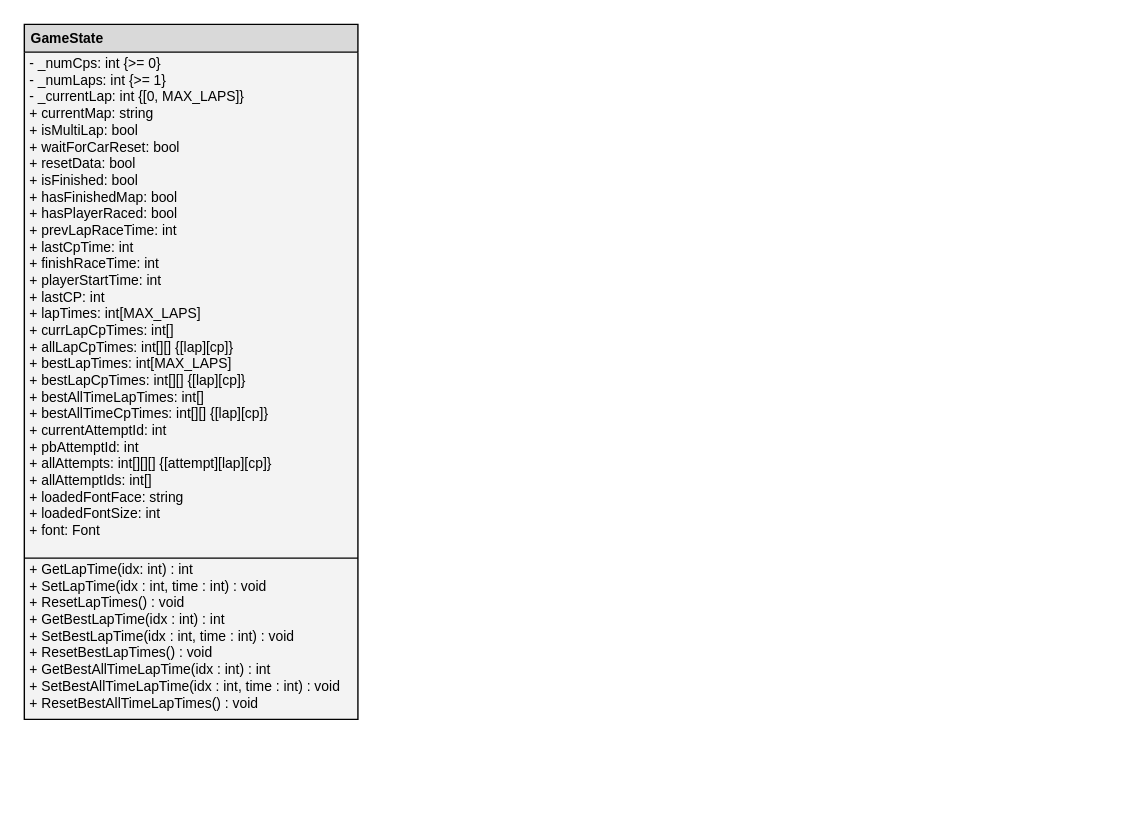
Earlier version of the draw.io diagram page "GameState" (1 of 4) of diagrams/drawio/class_diagrams.drawio (nolanvargas/Weekly-Grand-Splits). Source tidied: cells renumbered, new cells numbered last; positions are measured from the earlier drawing's top-left corner, leaving out a move shared by most shapes. Both pictures are drawn from the tidied source at 139%, with x=0, y=0 at pixel (24, 24).
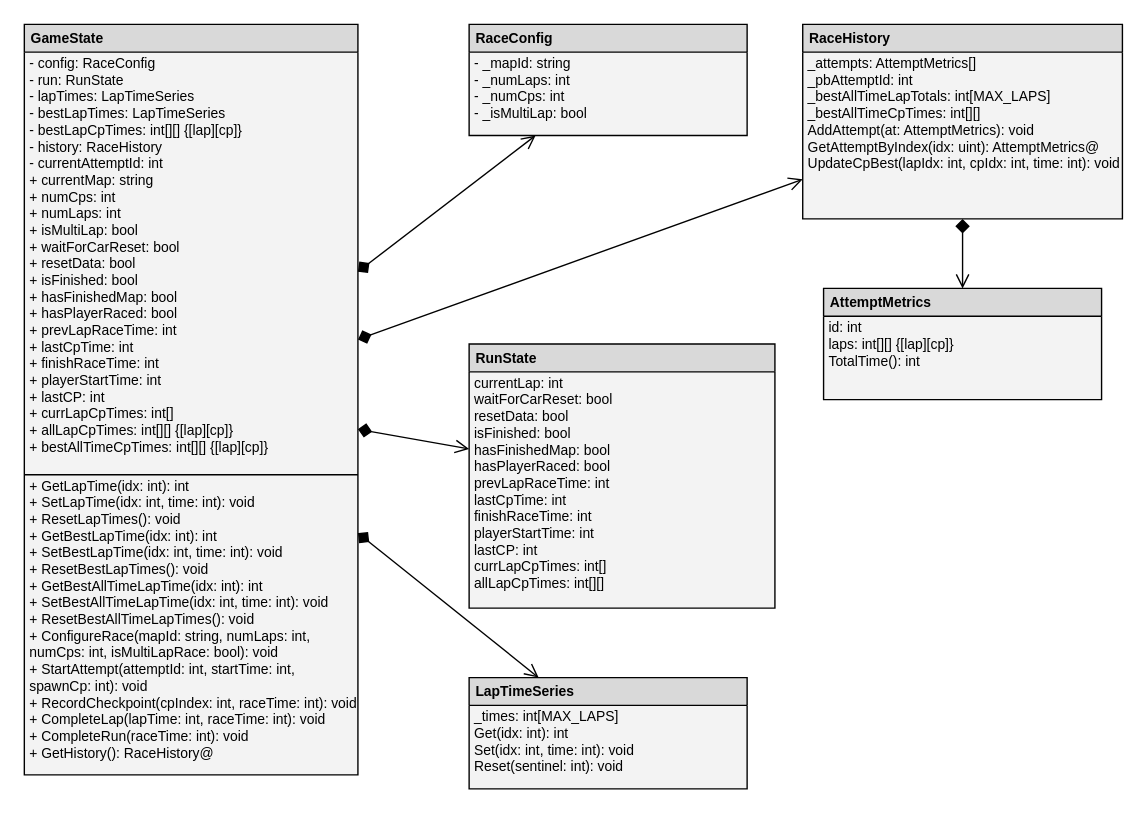
Above is the later version.

Diff of the diagram source:
```diff
@@
     <mxCell id="2" value="GameState" style="swimlane;backgroundColor=#d9d9d9;fontStyle=1;align=left;verticalAlign=top;horizontal=1;startSize=20;fillStyle=solid;strokeWidth=1;fontFamily=Helvetica;fontSize=10;fillColor=#D9D9D9;labelBackgroundColor=none;swimlaneFillColor=#f3f3f3;spacingBottom=5;spacingTop=-2;spacingLeft=3;points=[[0,0,0,0,0],[0,0.25,0,0,0],[0,0.5,0,0,0],[0,0.75,0,0,0],[0,1,0,0,0],[0.25,0,0,0,0],[0.25,1,0,0,0],[0.5,0,0,0,0],[0.5,1,0,0,0],[0.75,0,0,0,0],[0.75,1,0,0,0],[1,0,0,0,0],[1,0.25,0,0,0],[1,0.5,0,0,0],[1,0.75,0,0,0],[1,1,0,0,0]];" parent="1" vertex="1">
-      <mxGeometry width="240" height="500" as="geometry" />
+      <mxGeometry width="240" height="540" as="geometry" />
     </mxCell>
-    <mxCell id="3" value="- _numCps: int {&amp;gt;= 0}&lt;div&gt;- _numLaps: int&amp;nbsp;&lt;span style=&quot;background-color: transparent; color: light-dark(rgb(0, 0, 0), rgb(255, 255, 255));&quot;&gt;{&amp;gt;= 1}&lt;/span&gt;&lt;/div&gt;&lt;div&gt;- _currentLap: int&amp;nbsp;&lt;span style=&quot;background-color: transparent; color: light-dark(rgb(0, 0, 0), rgb(255, 255, 255));&quot;&gt;{[0, MAX_LAPS]}&lt;/span&gt;&lt;/div&gt;&lt;div&gt;+ currentMap: string&lt;/div&gt;&lt;div&gt;+ isMultiLap: bool&lt;/div&gt;&lt;div&gt;+ waitForCarReset:&amp;nbsp;&lt;span style=&quot;background-color: transparent; color: light-dark(rgb(0, 0, 0), rgb(255, 255, 255));&quot;&gt;bool&lt;/span&gt;&lt;/div&gt;&lt;div&gt;+ resetData:&amp;nbsp;&lt;span style=&quot;background-color: transparent; color: light-dark(rgb(0, 0, 0), rgb(255, 255, 255));&quot;&gt;bool&lt;/span&gt;&lt;/div&gt;&lt;div&gt;+ isFinished:&amp;nbsp;&lt;span style=&quot;background-color: transparent; color: light-dark(rgb(0, 0, 0), rgb(255, 255, 255));&quot;&gt;bool&lt;/span&gt;&lt;/div&gt;&lt;div&gt;+ hasFinishedMap:&amp;nbsp;&lt;span style=&quot;background-color: transparent; color: light-dark(rgb(0, 0, 0), rgb(255, 255, 255));&quot;&gt;bool&lt;/span&gt;&lt;/div&gt;&lt;div&gt;+ hasPlayerRaced:&amp;nbsp;&lt;span style=&quot;background-color: transparent; color: light-dark(rgb(0, 0, 0), rgb(255, 255, 255));&quot;&gt;bool&lt;/span&gt;&lt;/div&gt;&lt;div&gt;&lt;span style=&quot;background-color: transparent; color: light-dark(rgb(0, 0, 0), rgb(255, 255, 255));&quot;&gt;+ prevLapRaceTime: int&lt;/span&gt;&lt;/div&gt;&lt;div&gt;&lt;span style=&quot;background-color: transparent; color: light-dark(rgb(0, 0, 0), rgb(255, 255, 255));&quot;&gt;+ lastCpTime: int&lt;/span&gt;&lt;/div&gt;&lt;div&gt;&lt;span style=&quot;background-color: transparent; color: light-dark(rgb(0, 0, 0), rgb(255, 255, 255));&quot;&gt;+ finishRaceTime: int&lt;/span&gt;&lt;/div&gt;&lt;div&gt;+ playerStartTime: int&lt;/div&gt;&lt;div&gt;+ lastCP: int&lt;/div&gt;&lt;div&gt;+ lapTimes: int[MAX_LAPS]&lt;/div&gt;&lt;div&gt;+ currLapCpTimes: int[]&lt;/div&gt;&lt;div&gt;+ allLapCpTimes: int[][] {[lap][cp]}&lt;/div&gt;&lt;div&gt;+ bestLapTimes: int[MAX_LAPS]&lt;/div&gt;&lt;div&gt;+ bestLapCpTimes: int[][] {[lap][cp]}&lt;/div&gt;&lt;div&gt;+&amp;nbsp;bestAllTimeLapTimes: int[]&lt;/div&gt;&lt;div&gt;+ bestAllTimeCpTimes: int[][] {[lap][cp]}&lt;/div&gt;&lt;div&gt;+ currentAttemptId: int&lt;/div&gt;&lt;div&gt;+ pbAttemptId: int&lt;/div&gt;&lt;div&gt;+ allAttempts: int[][][]&amp;nbsp;{[attempt][lap][cp]}&lt;/div&gt;&lt;div&gt;+ allAttemptIds: int[]&lt;/div&gt;&lt;div&gt;+ loadedFontFace: string&lt;/div&gt;&lt;div&gt;+ loadedFontSize: int&lt;/div&gt;&lt;div&gt;+ font: Font&lt;/div&gt;" style="text;html=1;strokeColor=none;fillColor=none;align=left;verticalAlign=top;whiteSpace=wrap;rounded=0;labelBackgroundColor=none;fillStyle=solid;strokeWidth=1;fontFamily=Helvetica;fontSize=10;spacingLeft=2;spacingTop=-4;" parent="2" vertex="1">
-      <mxGeometry y="20" width="240" height="360" as="geometry" />
+    <mxCell id="3" value="- config: RaceConfig&lt;div&gt;- run: RunState&lt;/div&gt;&lt;div&gt;- lapTimes: LapTimeSeries&lt;/div&gt;&lt;div&gt;- bestLapTimes: LapTimeSeries&lt;/div&gt;&lt;div&gt;- bestLapCpTimes: int[][] {[lap][cp]}&lt;/div&gt;&lt;div&gt;- history: RaceHistory&lt;/div&gt;&lt;div&gt;- currentAttemptId: int&lt;/div&gt;&lt;div&gt;+ currentMap: string&lt;/div&gt;&lt;div&gt;+ numCps: int&lt;/div&gt;&lt;div&gt;+ numLaps: int&lt;/div&gt;&lt;div&gt;+ isMultiLap: bool&lt;/div&gt;&lt;div&gt;+ waitForCarReset: bool&lt;/div&gt;&lt;div&gt;+ resetData: bool&lt;/div&gt;&lt;div&gt;+ isFinished: bool&lt;/div&gt;&lt;div&gt;+ hasFinishedMap: bool&lt;/div&gt;&lt;div&gt;+ hasPlayerRaced: bool&lt;/div&gt;&lt;div&gt;+ prevLapRaceTime: int&lt;/div&gt;&lt;div&gt;+ lastCpTime: int&lt;/div&gt;&lt;div&gt;+ finishRaceTime: int&lt;/div&gt;&lt;div&gt;+ playerStartTime: int&lt;/div&gt;&lt;div&gt;+ lastCP: int&lt;/div&gt;&lt;div&gt;+ currLapCpTimes: int[]&lt;/div&gt;&lt;div&gt;+ allLapCpTimes: int[][] {[lap][cp]}&lt;/div&gt;&lt;div&gt;+ bestAllTimeCpTimes: int[][] {[lap][cp]}&lt;/div&gt;" style="text;html=1;strokeColor=none;fillColor=none;align=left;verticalAlign=top;whiteSpace=wrap;rounded=0;labelBackgroundColor=none;fillStyle=solid;strokeWidth=1;fontFamily=Helvetica;fontSize=10;spacingLeft=2;spacingTop=-4;" parent="2" vertex="1">
+      <mxGeometry y="20" width="240" height="300" as="geometry" />
     </mxCell>
     <mxCell id="4" style="line;strokeWidth=1;fillColor=#f3f3f3;align=left;verticalAlign=middle;spacingTop=-1;spacingLeft=3;spacingRight=3;labelPosition=right;strokeColor=inherit;fillStyle=solid;fontFamily=Helvetica;fontSize=10;" parent="2" vertex="1">
-      <mxGeometry y="380" width="240" height="8" as="geometry" />
+      <mxGeometry y="320" width="240" height="8" as="geometry" />
     </mxCell>
-    <mxCell id="5" value="+ GetLapTime(idx: int) : int&lt;div&gt;+ SetLapTime(idx : int, time : int) : void&lt;/div&gt;&lt;div&gt;+ ResetLapTimes() : void&lt;/div&gt;&lt;div&gt;+ GetBestLapTime(idx : int) : int&lt;/div&gt;&lt;div&gt;+ SetBestLapTime(idx : int, time : int) : void&lt;/div&gt;&lt;div&gt;+ ResetBestLapTimes() : void&lt;/div&gt;&lt;div&gt;+ GetBestAllTimeLapTime(idx : int) : int&lt;/div&gt;&lt;div&gt;+ SetBestAllTimeLapTime(idx : int, time : int) : void&lt;/div&gt;&lt;div&gt;+ ResetBestAllTimeLapTimes() : void&lt;/div&gt;" style="text;html=1;strokeColor=none;fillColor=none;align=left;verticalAlign=top;whiteSpace=wrap;rounded=0;labelBackgroundColor=none;fillStyle=solid;strokeWidth=1;fontFamily=Helvetica;fontSize=10;spacingTop=-8;spacingLeft=2;" parent="2" vertex="1">
-      <mxGeometry y="388" width="240" height="112" as="geometry" />
+    <mxCell id="5" value="+ GetLapTime(idx: int): int&lt;div&gt;+ SetLapTime(idx: int, time: int): void&lt;/div&gt;&lt;div&gt;+ ResetLapTimes(): void&lt;/div&gt;&lt;div&gt;+ GetBestLapTime(idx: int): int&lt;/div&gt;&lt;div&gt;+ SetBestLapTime(idx: int, time: int): void&lt;/div&gt;&lt;div&gt;+ ResetBestLapTimes(): void&lt;/div&gt;&lt;div&gt;+ GetBestAllTimeLapTime(idx: int): int&lt;/div&gt;&lt;div&gt;+ SetBestAllTimeLapTime(idx: int, time: int): void&lt;/div&gt;&lt;div&gt;+ ResetBestAllTimeLapTimes(): void&lt;/div&gt;&lt;div&gt;+ ConfigureRace(mapId: string, numLaps: int, numCps: int, isMultiLapRace: bool): void&lt;/div&gt;&lt;div&gt;+ StartAttempt(attemptId: int, startTime: int, spawnCp: int): void&lt;/div&gt;&lt;div&gt;+ RecordCheckpoint(cpIndex: int, raceTime: int): void&lt;/div&gt;&lt;div&gt;+ CompleteLap(lapTime: int, raceTime: int): void&lt;/div&gt;&lt;div&gt;+ CompleteRun(raceTime: int): void&lt;/div&gt;&lt;div&gt;+ GetHistory(): RaceHistory@&lt;/div&gt;" style="text;html=1;strokeColor=none;fillColor=none;align=left;verticalAlign=top;whiteSpace=wrap;rounded=0;labelBackgroundColor=none;fillStyle=solid;strokeWidth=1;fontFamily=Helvetica;fontSize=10;spacingTop=-8;spacingLeft=2;" parent="2" vertex="1">
+      <mxGeometry y="328" width="240" height="212" as="geometry" />
     </mxCell>
+    <mxCell id="6" value="RaceConfig" style="swimlane;backgroundColor=#d9d9d9;fontStyle=1;align=left;verticalAlign=top;horizontal=1;startSize=20;fillStyle=solid;strokeWidth=1;fontFamily=Helvetica;fontSize=10;fillColor=#D9D9D9;labelBackgroundColor=none;swimlaneFillColor=#f3f3f3;spacingBottom=5;spacingTop=-2;spacingLeft=3;" parent="1" vertex="1">
+      <mxGeometry x="320" width="200" height="80" as="geometry" />
+    </mxCell>
+    <mxCell id="7" value="- _mapId: string&lt;div&gt;- _numLaps: int&lt;/div&gt;&lt;div&gt;- _numCps: int&lt;/div&gt;&lt;div&gt;- _isMultiLap: bool&lt;/div&gt;" style="text;html=1;strokeColor=none;fillColor=none;align=left;verticalAlign=top;whiteSpace=wrap;rounded=0;labelBackgroundColor=none;fillStyle=solid;strokeWidth=1;fontFamily=Helvetica;fontSize=10;spacingLeft=2;spacingTop=-4;" parent="6" vertex="1">
+      <mxGeometry y="20" width="200" height="60" as="geometry" />
+    </mxCell>
+    <mxCell id="8" value="RunState" style="swimlane;backgroundColor=#d9d9d9;fontStyle=1;align=left;verticalAlign=top;horizontal=1;startSize=20;fillStyle=solid;strokeWidth=1;fontFamily=Helvetica;fontSize=10;fillColor=#D9D9D9;labelBackgroundColor=none;swimlaneFillColor=#f3f3f3;spacingBottom=5;spacingTop=-2;spacingLeft=3;" parent="1" vertex="1">
+      <mxGeometry x="320" y="230" width="220" height="190" as="geometry" />
+    </mxCell>
+    <mxCell id="9" value="currentLap: int&lt;div&gt;waitForCarReset: bool&lt;/div&gt;&lt;div&gt;resetData: bool&lt;/div&gt;&lt;div&gt;isFinished: bool&lt;/div&gt;&lt;div&gt;hasFinishedMap: bool&lt;/div&gt;&lt;div&gt;hasPlayerRaced: bool&lt;/div&gt;&lt;div&gt;prevLapRaceTime: int&lt;/div&gt;&lt;div&gt;lastCpTime: int&lt;/div&gt;&lt;div&gt;finishRaceTime: int&lt;/div&gt;&lt;div&gt;playerStartTime: int&lt;/div&gt;&lt;div&gt;lastCP: int&lt;/div&gt;&lt;div&gt;currLapCpTimes: int[]&lt;/div&gt;&lt;div&gt;allLapCpTimes: int[][]&lt;/div&gt;" style="text;html=1;strokeColor=none;fillColor=none;align=left;verticalAlign=top;whiteSpace=wrap;rounded=0;labelBackgroundColor=none;fillStyle=solid;strokeWidth=1;fontFamily=Helvetica;fontSize=10;spacingLeft=2;spacingTop=-4;" parent="8" vertex="1">
+      <mxGeometry y="20" width="220" height="170" as="geometry" />
+    </mxCell>
+    <mxCell id="10" value="LapTimeSeries" style="swimlane;backgroundColor=#d9d9d9;fontStyle=1;align=left;verticalAlign=top;horizontal=1;startSize=20;fillStyle=solid;strokeWidth=1;fontFamily=Helvetica;fontSize=10;fillColor=#D9D9D9;labelBackgroundColor=none;swimlaneFillColor=#f3f3f3;spacingBottom=5;spacingTop=-2;spacingLeft=3;" parent="1" vertex="1">
+      <mxGeometry x="320" y="470" width="200" height="80" as="geometry" />
+    </mxCell>
+    <mxCell id="11" value="_times: int[MAX_LAPS]&lt;div&gt;Get(idx: int): int&lt;/div&gt;&lt;div&gt;Set(idx: int, time: int): void&lt;/div&gt;&lt;div&gt;Reset(sentinel: int): void&lt;/div&gt;" style="text;html=1;strokeColor=none;fillColor=none;align=left;verticalAlign=top;whiteSpace=wrap;rounded=0;labelBackgroundColor=none;fillStyle=solid;strokeWidth=1;fontFamily=Helvetica;fontSize=10;spacingLeft=2;spacingTop=-4;" parent="10" vertex="1">
+      <mxGeometry y="20" width="200" height="60" as="geometry" />
+    </mxCell>
+    <mxCell id="12" value="RaceHistory" style="swimlane;backgroundColor=#d9d9d9;fontStyle=1;align=left;verticalAlign=top;horizontal=1;startSize=20;fillStyle=solid;strokeWidth=1;fontFamily=Helvetica;fontSize=10;fillColor=#D9D9D9;labelBackgroundColor=none;swimlaneFillColor=#f3f3f3;spacingBottom=5;spacingTop=-2;spacingLeft=3;" parent="1" vertex="1">
+      <mxGeometry x="560" width="230" height="140" as="geometry" />
+    </mxCell>
+    <mxCell id="13" value="_attempts: AttemptMetrics[]&lt;div&gt;_pbAttemptId: int&lt;/div&gt;&lt;div&gt;_bestAllTimeLapTotals: int[MAX_LAPS]&lt;/div&gt;&lt;div&gt;_bestAllTimeCpTimes: int[][]&lt;/div&gt;&lt;div&gt;AddAttempt(at: AttemptMetrics): void&lt;/div&gt;&lt;div&gt;GetAttemptByIndex(idx: uint): AttemptMetrics@&lt;/div&gt;&lt;div&gt;UpdateCpBest(lapIdx: int, cpIdx: int, time: int): void&lt;/div&gt;" style="text;html=1;strokeColor=none;fillColor=none;align=left;verticalAlign=top;whiteSpace=wrap;rounded=0;labelBackgroundColor=none;fillStyle=solid;strokeWidth=1;fontFamily=Helvetica;fontSize=10;spacingLeft=2;spacingTop=-4;" parent="12" vertex="1">
+      <mxGeometry y="20" width="230" height="120" as="geometry" />
+    </mxCell>
+    <mxCell id="14" value="AttemptMetrics" style="swimlane;backgroundColor=#d9d9d9;fontStyle=1;align=left;verticalAlign=top;horizontal=1;startSize=20;fillStyle=solid;strokeWidth=1;fontFamily=Helvetica;fontSize=10;fillColor=#D9D9D9;labelBackgroundColor=none;swimlaneFillColor=#f3f3f3;spacingBottom=5;spacingTop=-2;spacingLeft=3;" parent="1" vertex="1">
+      <mxGeometry x="575" y="190" width="200" height="80" as="geometry" />
+    </mxCell>
+    <mxCell id="15" value="id: int&lt;div&gt;laps: int[][] {[lap][cp]}&lt;/div&gt;&lt;div&gt;TotalTime(): int&lt;/div&gt;" style="text;html=1;strokeColor=none;fillColor=none;align=left;verticalAlign=top;whiteSpace=wrap;rounded=0;labelBackgroundColor=none;fillStyle=solid;strokeWidth=1;fontFamily=Helvetica;fontSize=10;spacingLeft=2;spacingTop=-4;" parent="14" vertex="1">
+      <mxGeometry y="20" width="200" height="60" as="geometry" />
+    </mxCell>
+    <mxCell id="16" style="rounded=0;jettySize=auto;html=1;startArrow=diamond;startFill=1;endArrow=open;endSize=8;startSize=8;" parent="1" edge="1" source="2" target="6">
+      <mxGeometry relative="1" as="geometry" />
+    </mxCell>
+    <mxCell id="17" style="rounded=0;jettySize=auto;html=1;startArrow=diamond;startFill=1;endArrow=open;endSize=8;startSize=8;" parent="1" edge="1" source="2" target="8">
+      <mxGeometry relative="1" as="geometry" />
+    </mxCell>
+    <mxCell id="18" style="rounded=0;jettySize=auto;html=1;startArrow=diamond;startFill=1;endArrow=open;endSize=8;startSize=8;" parent="1" edge="1" source="2" target="10">
+      <mxGeometry relative="1" as="geometry" />
+    </mxCell>
+    <mxCell id="19" style="rounded=0;jettySize=auto;html=1;startArrow=diamond;startFill=1;endArrow=open;endSize=8;startSize=8;" parent="1" edge="1" source="2" target="12">
+      <mxGeometry relative="1" as="geometry" />
+    </mxCell>
+    <mxCell id="20" style="rounded=0;jettySize=auto;html=1;startArrow=diamond;startFill=1;endArrow=open;endSize=8;startSize=8;" parent="1" edge="1" source="12" target="14">
+      <mxGeometry relative="1" as="geometry" />
+    </mxCell>
```
